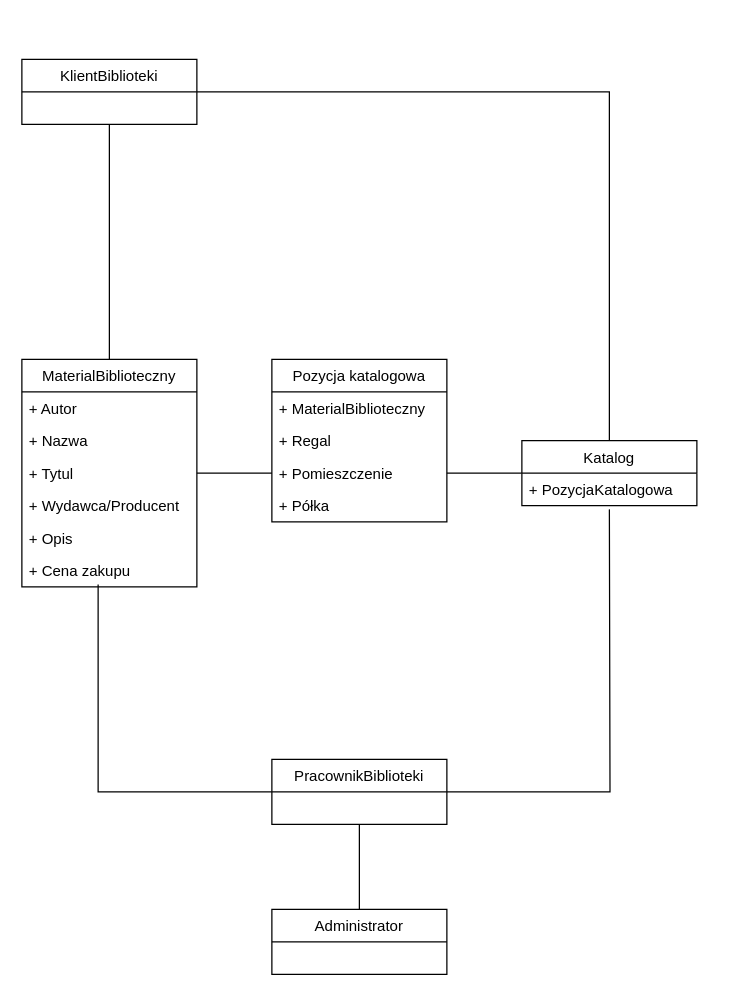
Earlier version of the draw.io diagram Class diagram.drawio (mrogur/inz_opr). Source tidied: cells renumbered, new cells numbered last; positions are measured from the earlier drawing's top-left corner, leaving out a move shared by most shapes. Both pictures are drawn from the tidied source at 125%, with x=0, y=0 at pixel (21, 59).
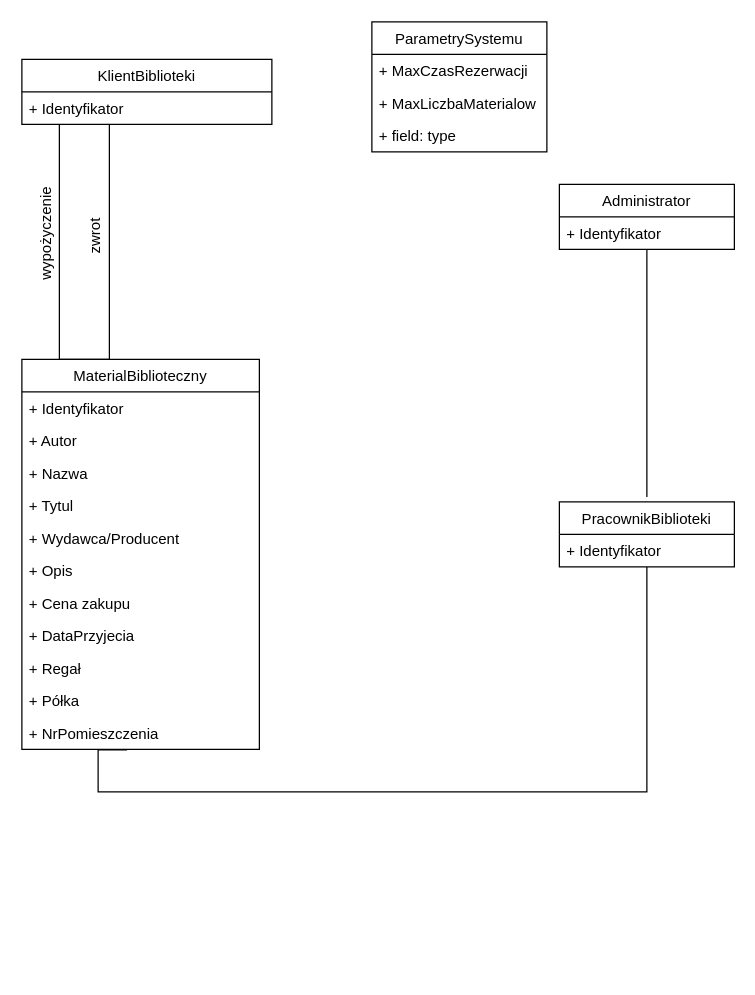
After the change.

What changed in the source:
```diff
@@
-    <mxCell id="2" style="edgeStyle=orthogonalEdgeStyle;rounded=0;jettySize=auto;html=1;entryX=0.5;entryY=1;entryDx=0;entryDy=0;endArrow=none;endFill=0;" parent="1" edge="1" source="3" target="9">
-      <mxGeometry relative="1" as="geometry" />
+    <mxCell id="2" style="edgeStyle=orthogonalEdgeStyle;rounded=0;jettySize=auto;html=1;endArrow=none;endFill=0;" parent="1" edge="1" source="3">
+      <mxGeometry relative="1" as="geometry">
+        <mxPoint x="500" y="350" as="targetPoint" />
+      </mxGeometry>
     </mxCell>
     <mxCell id="3" value="Administrator" style="swimlane;fontStyle=0;horizontal=1;startSize=26;fillColor=none;" parent="1" vertex="1">
-      <mxGeometry x="200" y="680" width="140" height="52" as="geometry" />
+      <mxGeometry x="430" y="100" width="140" height="52" as="geometry" />
     </mxCell>
+    <mxCell id="26" value="+ Identyfikator" style="text;strokeColor=none;fillColor=none;align=left;verticalAlign=top;spacingLeft=4;spacingRight=4;overflow=hidden;" parent="3" vertex="1">
+      <mxGeometry y="26" width="140" height="26" as="geometry" />
+    </mxCell>
+    <mxCell id="6" value="KlientBiblioteki" style="swimlane;fontStyle=0;horizontal=1;startSize=26;fillColor=none;" parent="1" vertex="1">
+      <mxGeometry width="200" height="52" as="geometry" />
+    </mxCell>
+    <mxCell id="27" value="+ Identyfikator" style="text;strokeColor=none;fillColor=none;align=left;verticalAlign=top;spacingLeft=4;spacingRight=4;overflow=hidden;points=[[0,0.5],[1,0.5]];portConstraint=eastwest;" parent="6" vertex="1">
+      <mxGeometry y="26" width="200" height="26" as="geometry" />
+    </mxCell>
-    <mxCell id="4" style="edgeStyle=orthogonalEdgeStyle;rounded=0;jettySize=auto;html=1;entryX=0.5;entryY=0;entryDx=0;entryDy=0;endArrow=none;endFill=0;" parent="1" edge="1" source="6" target="10">
-      <mxGeometry relative="1" as="geometry" />
+    <mxCell id="4" style="edgeStyle=orthogonalEdgeStyle;rounded=0;jettySize=auto;html=1;endArrow=none;endFill=0;" parent="6" edge="1" source="6" target="27">
+      <mxGeometry relative="1" as="geometry">
+        <Array as="points">
+          <mxPoint x="30" y="240" />
+          <mxPoint x="70" y="240" />
+        </Array>
+      </mxGeometry>
     </mxCell>
-    <mxCell id="5" style="edgeStyle=orthogonalEdgeStyle;rounded=0;jettySize=auto;html=1;entryX=0.5;entryY=0;entryDx=0;entryDy=0;endArrow=none;endFill=0;" parent="1" edge="1" source="6" target="24">
-      <mxGeometry relative="1" as="geometry" />
-    </mxCell>
-    <mxCell id="6" value="KlientBiblioteki" style="swimlane;fontStyle=0;horizontal=1;startSize=26;fillColor=none;" parent="1" vertex="1">
-      <mxGeometry width="140" height="52" as="geometry" />
-    </mxCell>
-    <mxCell id="7" style="edgeStyle=orthogonalEdgeStyle;rounded=0;jettySize=auto;html=1;endArrow=none;endFill=0;" parent="1" edge="1" source="9">
+    <mxCell id="7" style="edgeStyle=orthogonalEdgeStyle;rounded=0;jettySize=auto;html=1;endArrow=none;endFill=0;entryX=0.443;entryY=1.013;entryDx=0;entryDy=0;entryPerimeter=0;" parent="1" edge="1" source="9" target="32">
       <mxGeometry relative="1" as="geometry">
-        <mxPoint x="61" y="420" as="targetPoint" />
         <Array as="points">
           <mxPoint x="61" y="586" />
+          <mxPoint x="61" y="552" />
         </Array>
       </mxGeometry>
     </mxCell>
-    <mxCell id="8" style="edgeStyle=orthogonalEdgeStyle;rounded=0;jettySize=auto;html=1;endArrow=none;endFill=0;" parent="1" edge="1" source="9">
-      <mxGeometry relative="1" as="geometry">
-        <mxPoint x="470" y="360" as="targetPoint" />
-      </mxGeometry>
-    </mxCell>
     <mxCell id="9" value="PracownikBiblioteki" style="swimlane;fontStyle=0;horizontal=1;startSize=26;fillColor=none;" parent="1" vertex="1">
-      <mxGeometry x="200" y="560" width="140" height="52" as="geometry" />
+      <mxGeometry x="430" y="354" width="140" height="52" as="geometry" />
     </mxCell>
+    <mxCell id="28" value="+ Identyfikator" style="text;strokeColor=none;fillColor=none;align=left;verticalAlign=top;spacingLeft=4;spacingRight=4;overflow=hidden;" parent="9" vertex="1">
+      <mxGeometry y="26" width="140" height="26" as="geometry" />
+    </mxCell>
     <mxCell id="10" value="MaterialBiblioteczny" style="swimlane;fontStyle=0;horizontal=1;startSize=26;fillColor=none;" parent="1" vertex="1">
-      <mxGeometry y="240" width="140" height="182" as="geometry" />
+      <mxGeometry y="240" width="190" height="312" as="geometry" />
     </mxCell>
+    <mxCell id="29" value="+ Identyfikator" style="text;strokeColor=none;fillColor=none;align=left;verticalAlign=top;spacingLeft=4;spacingRight=4;overflow=hidden;" parent="10" vertex="1">
+      <mxGeometry y="26" width="190" height="26" as="geometry" />
+    </mxCell>
     <mxCell id="11" value="+ Autor" style="text;strokeColor=none;fillColor=none;align=left;verticalAlign=top;spacingLeft=4;spacingRight=4;overflow=hidden;" parent="10" vertex="1">
-      <mxGeometry y="26" width="140" height="26" as="geometry" />
+      <mxGeometry y="52" width="190" height="26" as="geometry" />
     </mxCell>
     <mxCell id="12" value="+ Nazwa" style="text;strokeColor=none;fillColor=none;align=left;verticalAlign=top;spacingLeft=4;spacingRight=4;overflow=hidden;" parent="10" vertex="1">
-      <mxGeometry y="52" width="140" height="26" as="geometry" />
+      <mxGeometry y="78" width="190" height="26" as="geometry" />
     </mxCell>
     <mxCell id="13" value="+ Tytul" style="text;strokeColor=none;fillColor=none;align=left;verticalAlign=top;spacingLeft=4;spacingRight=4;overflow=hidden;points=[[0,0.5],[1,0.5]];portConstraint=eastwest;" parent="10" vertex="1">
-      <mxGeometry y="78" width="140" height="26" as="geometry" />
+      <mxGeometry y="104" width="190" height="26" as="geometry" />
     </mxCell>
     <mxCell id="14" value="+ Wydawca/Producent" style="text;strokeColor=none;fillColor=none;align=left;verticalAlign=top;spacingLeft=4;spacingRight=4;overflow=hidden;" parent="10" vertex="1">
-      <mxGeometry y="104" width="140" height="26" as="geometry" />
+      <mxGeometry y="130" width="190" height="26" as="geometry" />
     </mxCell>
     <mxCell id="15" value="+ Opis" style="text;strokeColor=none;fillColor=none;align=left;verticalAlign=top;spacingLeft=4;spacingRight=4;overflow=hidden;" parent="10" vertex="1">
-      <mxGeometry y="130" width="140" height="26" as="geometry" />
+      <mxGeometry y="156" width="190" height="26" as="geometry" />
     </mxCell>
     <mxCell id="16" value="+ Cena zakupu" style="text;strokeColor=none;fillColor=none;align=left;verticalAlign=top;spacingLeft=4;spacingRight=4;overflow=hidden;" parent="10" vertex="1">
-      <mxGeometry y="156" width="140" height="26" as="geometry" />
+      <mxGeometry y="182" width="190" height="26" as="geometry" />
     </mxCell>
-    <mxCell id="17" value="Pozycja katalogowa" style="swimlane;fontStyle=0;horizontal=1;startSize=26;fillColor=none;" parent="1" vertex="1">
-      <mxGeometry x="200" y="240" width="140" height="130" as="geometry" />
-    </mxCell>
-    <mxCell id="18" value="+ MaterialBiblioteczny" style="text;strokeColor=none;fillColor=none;align=left;verticalAlign=top;spacingLeft=4;spacingRight=4;overflow=hidden;" parent="17" vertex="1">
-      <mxGeometry y="26" width="140" height="26" as="geometry" />
-    </mxCell>
-    <mxCell id="19" value="+ Regal" style="text;strokeColor=none;fillColor=none;align=left;verticalAlign=top;spacingLeft=4;spacingRight=4;overflow=hidden;" parent="17" vertex="1">
-      <mxGeometry y="52" width="140" height="26" as="geometry" />
-    </mxCell>
-    <mxCell id="20" value="+ Pomieszczenie" style="text;strokeColor=none;fillColor=none;align=left;verticalAlign=top;spacingLeft=4;spacingRight=4;overflow=hidden;points=[[0,0.5],[1,0.5]];portConstraint=eastwest;" parent="17" vertex="1">
-      <mxGeometry y="78" width="140" height="26" as="geometry" />
-    </mxCell>
+    <mxCell id="30" value="+ DataPrzyjecia" style="text;strokeColor=none;fillColor=none;align=left;verticalAlign=top;spacingLeft=4;spacingRight=4;overflow=hidden;" parent="10" vertex="1">
+      <mxGeometry y="208" width="190" height="26" as="geometry" />
+    </mxCell>
+    <mxCell id="31" value="+ Regał" style="text;strokeColor=none;fillColor=none;align=left;verticalAlign=top;spacingLeft=4;spacingRight=4;overflow=hidden;" parent="10" vertex="1">
+      <mxGeometry y="234" width="190" height="26" as="geometry" />
+    </mxCell>
-    <mxCell id="21" value="+ Półka" style="text;strokeColor=none;fillColor=none;align=left;verticalAlign=top;spacingLeft=4;spacingRight=4;overflow=hidden;" parent="17" vertex="1">
-      <mxGeometry y="104" width="140" height="26" as="geometry" />
+    <mxCell id="21" value="+ Półka" style="text;strokeColor=none;fillColor=none;align=left;verticalAlign=top;spacingLeft=4;spacingRight=4;overflow=hidden;" parent="10" vertex="1">
+      <mxGeometry y="260" width="190" height="26" as="geometry" />
     </mxCell>
-    <mxCell id="22" style="edgeStyle=orthogonalEdgeStyle;rounded=0;jettySize=auto;html=1;entryX=1;entryY=0.5;entryDx=0;entryDy=0;endArrow=none;endFill=0;" parent="1" edge="1" source="20" target="13">
-      <mxGeometry relative="1" as="geometry" />
-    </mxCell>
-    <mxCell id="23" style="edgeStyle=orthogonalEdgeStyle;rounded=0;jettySize=auto;html=1;endArrow=none;endFill=0;" parent="1" edge="1" source="24" target="20">
-      <mxGeometry relative="1" as="geometry" />
-    </mxCell>
-    <mxCell id="24" value="Katalog" style="swimlane;fontStyle=0;horizontal=1;startSize=26;fillColor=none;" parent="1" vertex="1">
-      <mxGeometry x="400" y="305" width="140" height="52" as="geometry" />
-    </mxCell>
-    <mxCell id="25" value="+ PozycjaKatalogowa" style="text;strokeColor=none;fillColor=none;align=left;verticalAlign=top;spacingLeft=4;spacingRight=4;overflow=hidden;" parent="24" vertex="1">
-      <mxGeometry y="26" width="140" height="26" as="geometry" />
-    </mxCell>
+    <mxCell id="32" value="+ NrPomieszczenia" style="text;strokeColor=none;fillColor=none;align=left;verticalAlign=top;spacingLeft=4;spacingRight=4;overflow=hidden;points=[[0,0.5],[1,0.5]];portConstraint=eastwest;" parent="10" vertex="1">
+      <mxGeometry y="286" width="190" height="26" as="geometry" />
+    </mxCell>
+    <mxCell id="33" value="wypożyczenie" style="text;html=1;align=center;verticalAlign=middle;strokeColor=none;fillColor=none;rotation=-90;" parent="1" vertex="1">
+      <mxGeometry x="-25" y="130" width="90" height="20" as="geometry" />
+    </mxCell>
+    <mxCell id="34" value="zwrot" style="text;html=1;align=center;verticalAlign=middle;strokeColor=none;fillColor=none;rotation=-90;" parent="1" vertex="1">
+      <mxGeometry x="39" y="132" width="40" height="20" as="geometry" />
+    </mxCell>
+    <mxCell id="35" value="ParametrySystemu" style="swimlane;fontStyle=0;horizontal=1;startSize=26;fillColor=none;" parent="1" vertex="1">
+      <mxGeometry x="280" y="-30" width="140" height="104" as="geometry" />
+    </mxCell>
+    <mxCell id="36" value="+ MaxCzasRezerwacji" style="text;strokeColor=none;fillColor=none;align=left;verticalAlign=top;spacingLeft=4;spacingRight=4;overflow=hidden;" parent="35" vertex="1">
+      <mxGeometry y="26" width="140" height="26" as="geometry" />
+    </mxCell>
+    <mxCell id="37" value="+ MaxLiczbaMaterialow" style="text;strokeColor=none;fillColor=none;align=left;verticalAlign=top;spacingLeft=4;spacingRight=4;overflow=hidden;" parent="35" vertex="1">
+      <mxGeometry y="52" width="140" height="26" as="geometry" />
+    </mxCell>
+    <mxCell id="38" value="+ field: type" style="text;strokeColor=none;fillColor=none;align=left;verticalAlign=top;spacingLeft=4;spacingRight=4;overflow=hidden;" parent="35" vertex="1">
+      <mxGeometry y="78" width="140" height="26" as="geometry" />
+    </mxCell>
```
